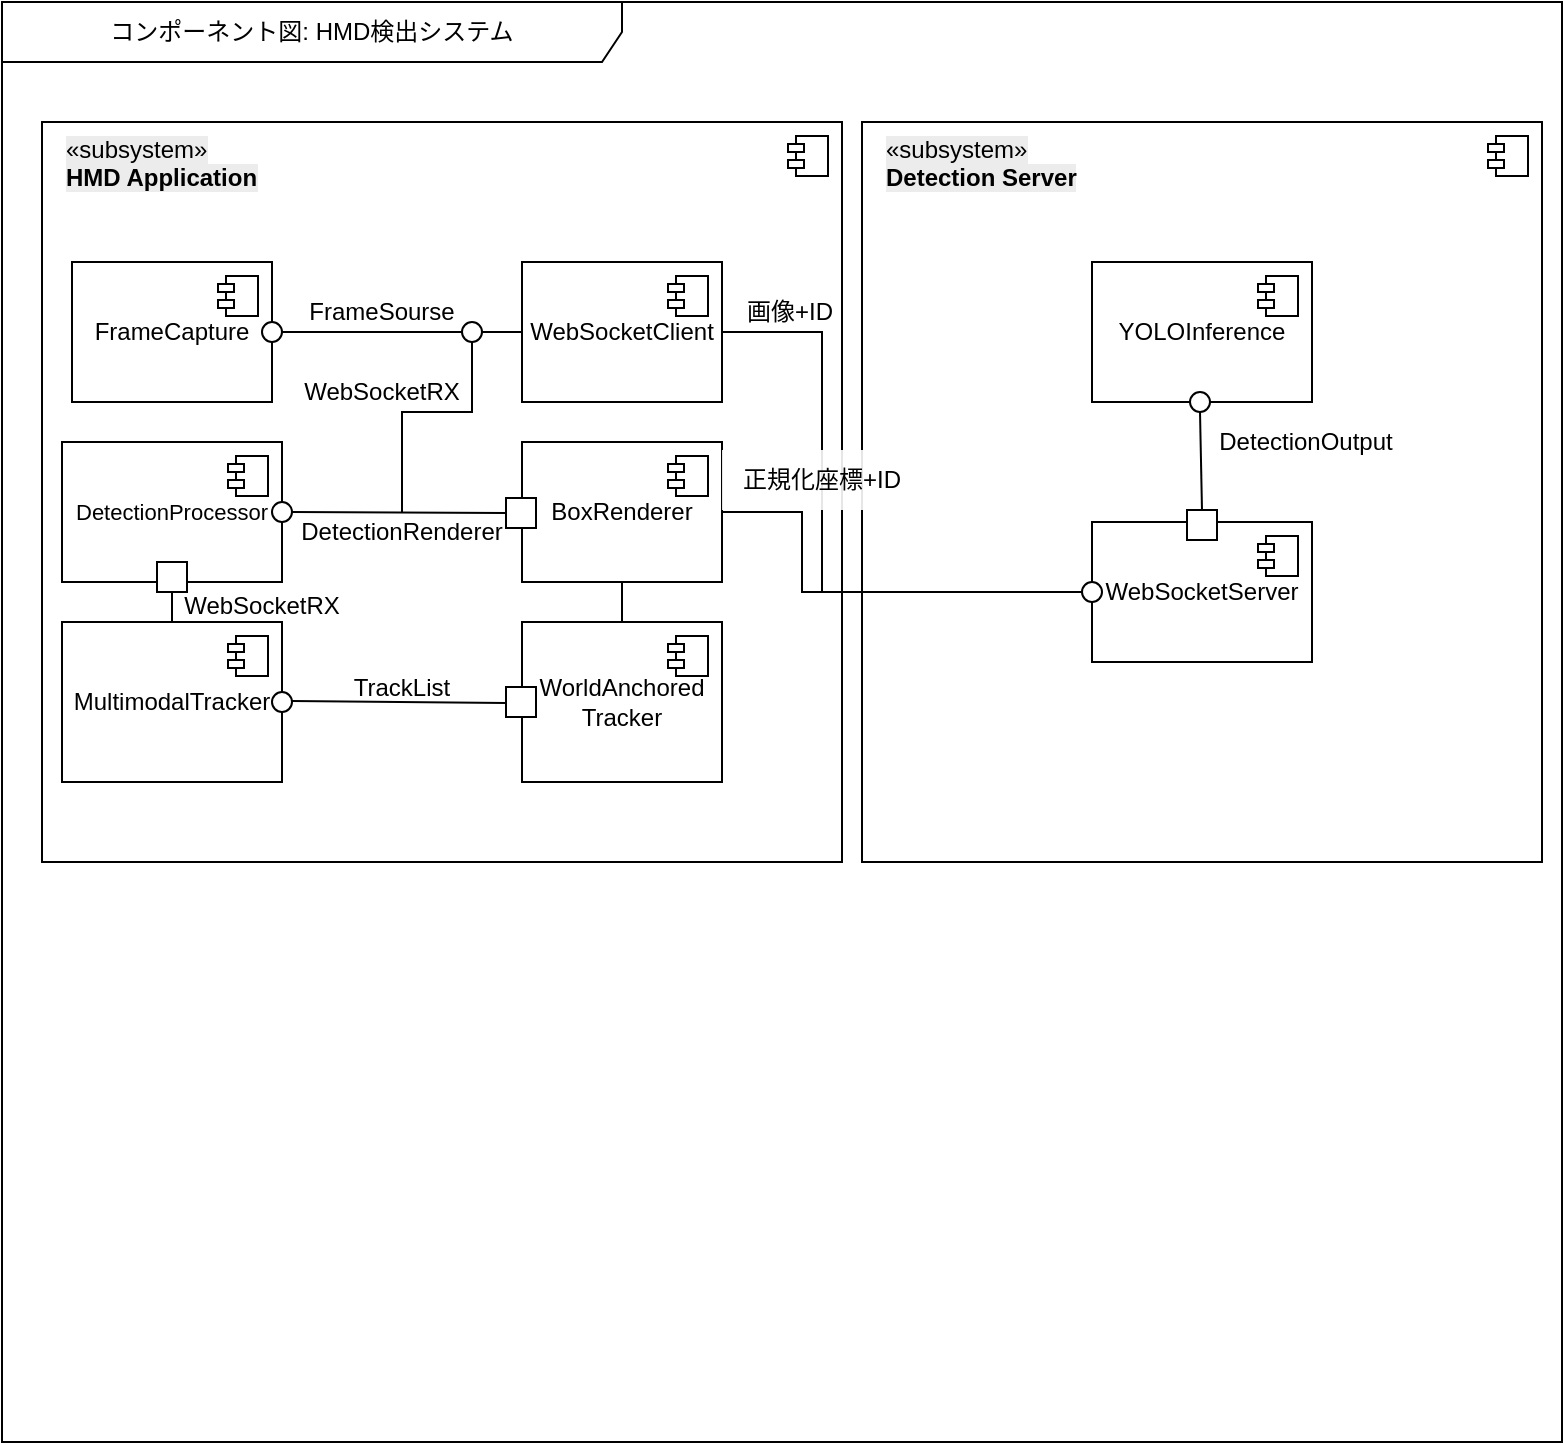
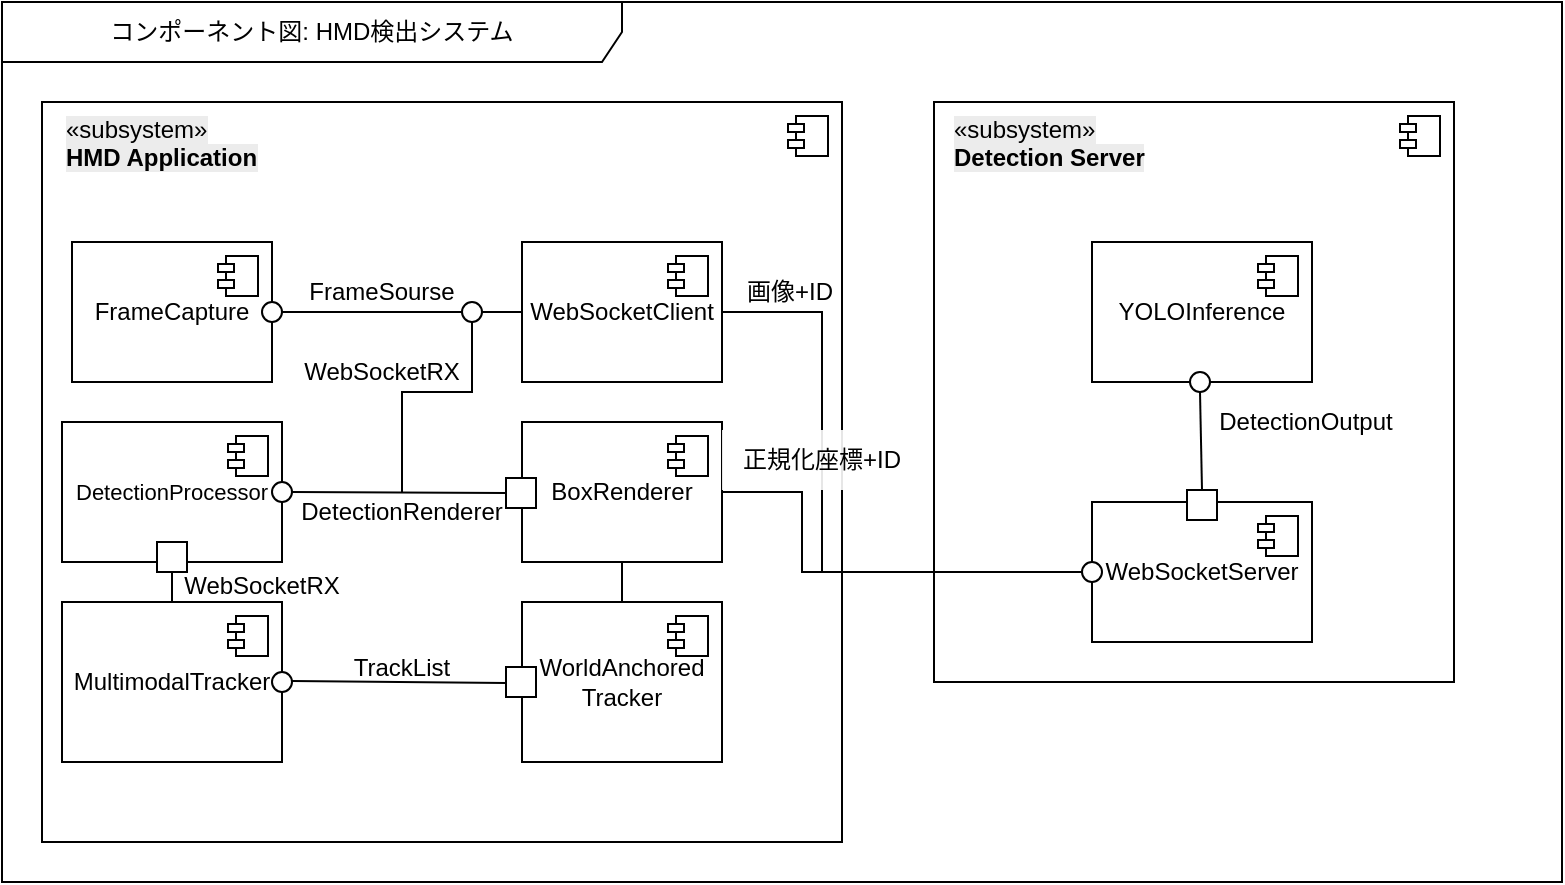
<mxfile host="app.diagrams.net">
  <diagram name="ページ-1" id="DtH6AvwE5zcW3kwFTXOg">
-     <mxGraphModel dx="937" dy="520" grid="1" gridSize="10" guides="1" tooltips="1" connect="1" arrows="1" fold="1" page="1" pageScale="1" pageWidth="827" pageHeight="1169" math="0" shadow="0">
+     <mxGraphModel dx="1406" dy="780" grid="1" gridSize="10" guides="1" tooltips="1" connect="1" arrows="1" fold="1" page="1" pageScale="1" pageWidth="827" pageHeight="1169" math="0" shadow="0">
      <root>
        <mxCell id="0" />
        <mxCell id="1" parent="0" />
        <mxCell id="3QeEdlnvxezNMO2gkXxy-1" parent="1" style="shape=umlFrame;whiteSpace=wrap;html=1;pointerEvents=0;width=310;height=30;" value="コンポーネント図: HMD検出システム" vertex="1">
-           <mxGeometry height="720" width="780" x="20" y="20" as="geometry" />
+           <mxGeometry height="440" width="780" x="24" y="10" as="geometry" />
        </mxCell>
        <mxCell id="3QeEdlnvxezNMO2gkXxy-2" parent="1" style="html=1;dropTarget=0;whiteSpace=wrap;align=left;" value="" vertex="1">
-           <mxGeometry height="370" width="400" x="40" y="80" as="geometry" />
+           <mxGeometry height="370" width="400" x="44" y="60" as="geometry" />
        </mxCell>
        <mxCell id="3QeEdlnvxezNMO2gkXxy-3" parent="3QeEdlnvxezNMO2gkXxy-2" style="shape=module;jettyWidth=8;jettyHeight=4;" value="" vertex="1">
          <mxGeometry height="20" relative="1" width="20" x="1" as="geometry">
            <mxPoint x="-27" y="7" as="offset" />
          </mxGeometry>
        </mxCell>
        <mxCell id="3QeEdlnvxezNMO2gkXxy-4" parent="1" style="text;whiteSpace=wrap;html=1;" value="&lt;span&gt;&lt;span style=&quot;color: rgb(0, 0, 0); font-family: Helvetica; font-size: 12px; font-style: normal; font-variant-ligatures: normal; font-variant-caps: normal; font-weight: 400; letter-spacing: normal; orphans: 2; text-align: left; text-indent: 0px; text-transform: none; widows: 2; word-spacing: 0px; -webkit-text-stroke-width: 0px; white-space: normal; text-decoration-thickness: initial; text-decoration-style: initial; text-decoration-color: initial; float: none; display: inline !important; background-color: rgb(236, 236, 236);&quot;&gt;«subsystem»&lt;/span&gt;&lt;br style=&quot;forced-color-adjust: none; color: rgb(0, 0, 0); font-family: Helvetica; font-size: 12px; font-style: normal; font-variant-ligatures: normal; font-variant-caps: normal; font-weight: 400; letter-spacing: normal; orphans: 2; text-align: left; text-indent: 0px; text-transform: none; widows: 2; word-spacing: 0px; -webkit-text-stroke-width: 0px; white-space: normal; text-decoration-thickness: initial; text-decoration-style: initial; text-decoration-color: initial; background-color: rgb(236, 236, 236);&quot;&gt;&lt;b style=&quot;forced-color-adjust: none; color: rgb(0, 0, 0); font-family: Helvetica; font-size: 12px; font-style: normal; font-variant-ligatures: normal; font-variant-caps: normal; letter-spacing: normal; orphans: 2; text-align: left; text-indent: 0px; text-transform: none; widows: 2; word-spacing: 0px; -webkit-text-stroke-width: 0px; white-space: normal; text-decoration-thickness: initial; text-decoration-style: initial; text-decoration-color: initial; background-color: rgb(236, 236, 236);&quot;&gt;HMD Application&lt;/b&gt;&lt;/span&gt;" vertex="1">
-           <mxGeometry height="50" width="130" x="50" y="80" as="geometry" />
+           <mxGeometry height="50" width="130" x="54" y="60" as="geometry" />
        </mxCell>
        <mxCell id="3QeEdlnvxezNMO2gkXxy-5" parent="1" style="html=1;dropTarget=0;whiteSpace=wrap;" value="FrameCapture" vertex="1">
-           <mxGeometry height="70" width="100" x="55" y="150" as="geometry" />
+           <mxGeometry height="70" width="100" x="59" y="130" as="geometry" />
        </mxCell>
        <mxCell id="3QeEdlnvxezNMO2gkXxy-6" parent="3QeEdlnvxezNMO2gkXxy-5" style="shape=module;jettyWidth=8;jettyHeight=4;" value="" vertex="1">
          <mxGeometry height="20" relative="1" width="20" x="1" as="geometry">
            <mxPoint x="-27" y="7" as="offset" />
          </mxGeometry>
        </mxCell>
        <mxCell id="3QeEdlnvxezNMO2gkXxy-7" parent="1" style="html=1;dropTarget=0;whiteSpace=wrap;" value="WebSocketClient&lt;span style=&quot;color: rgba(0, 0, 0, 0); font-family: monospace; font-size: 0px; text-align: start; text-wrap-mode: nowrap;&quot;&gt;%3CmxGraphModel%3E%3Croot%3E%3CmxCell%20id%3D%220%22%2F%3E%3CmxCell%20id%3D%221%22%20parent%3D%220%22%2F%3E%3CmxCell%20id%3D%222%22%20parent%3D%221%22%20style%3D%22html%3D1%3BdropTarget%3D0%3BwhiteSpace%3Dwrap%3B%22%20value%3D%22FrameCapture%22%20vertex%3D%221%22%3E%3CmxGeometry%20height%3D%2270%22%20width%3D%22100%22%20x%3D%2250%22%20y%3D%22150%22%20as%3D%22geometry%22%2F%3E%3C%2FmxCell%3E%3CmxCell%20id%3D%223%22%20parent%3D%222%22%20style%3D%22shape%3Dmodule%3BjettyWidth%3D8%3BjettyHeight%3D4%3B%22%20value%3D%22%22%20vertex%3D%221%22%3E%3CmxGeometry%20height%3D%2220%22%20relative%3D%221%22%20width%3D%2220%22%20x%3D%221%22%20as%3D%22geometry%22%3E%3CmxPoint%20x%3D%22-27%22%20y%3D%227%22%20as%3D%22offset%22%2F%3E%3C%2FmxGeometry%3E%3C%2FmxCell%3E%3C%2Froot%3E%3C%2FmxGraphModel%3E&lt;/span&gt;&lt;span style=&quot;color: rgba(0, 0, 0, 0); font-family: monospace; font-size: 0px; text-align: start; text-wrap-mode: nowrap;&quot;&gt;%3CmxGraphModel%3E%3Croot%3E%3CmxCell%20id%3D%220%22%2F%3E%3CmxCell%20id%3D%221%22%20parent%3D%220%22%2F%3E%3CmxCell%20id%3D%222%22%20parent%3D%221%22%20style%3D%22html%3D1%3BdropTarget%3D0%3BwhiteSpace%3Dwrap%3B%22%20value%3D%22FrameCapture%22%20vertex%3D%221%22%3E%3CmxGeometry%20height%3D%2270%22%20width%3D%22100%22%20x%3D%2250%22%20y%3D%22150%22%20as%3D%22geometry%22%2F%3E%3C%2FmxCell%3E%3CmxCell%20id%3D%223%22%20parent%3D%222%22%20style%3D%22shape%3Dmodule%3BjettyWidth%3D8%3BjettyHeight%3D4%3B%22%20value%3D%22%22%20vertex%3D%221%22%3E%3CmxGeometry%20height%3D%2220%22%20relative%3D%221%22%20width%3D%2220%22%20x%3D%221%22%20as%3D%22geometry%22%3E%3CmxPoint%20x%3D%22-27%22%20y%3D%227%22%20as%3D%22offset%22%2F%3E%3C%2FmxGeometry%3E%3C%2FmxCell%3E%3C%2Froot%3E%3C%2FmxGraphModel%3E&lt;/span&gt;" vertex="1">
-           <mxGeometry height="70" width="100" x="280" y="150" as="geometry" />
+           <mxGeometry height="70" width="100" x="284" y="130" as="geometry" />
        </mxCell>
        <mxCell id="3QeEdlnvxezNMO2gkXxy-8" parent="3QeEdlnvxezNMO2gkXxy-7" style="shape=module;jettyWidth=8;jettyHeight=4;" value="" vertex="1">
          <mxGeometry height="20" relative="1" width="20" x="1" as="geometry">
            <mxPoint x="-27" y="7" as="offset" />
          </mxGeometry>
        </mxCell>
        <mxCell id="3QeEdlnvxezNMO2gkXxy-9" parent="1" style="html=1;dropTarget=0;whiteSpace=wrap;" value="&lt;font style=&quot;font-size: 11px;&quot;&gt;DetectionProcessor&lt;/font&gt;" vertex="1">
-           <mxGeometry height="70" width="110" x="50" y="240" as="geometry" />
+           <mxGeometry height="70" width="110" x="54" y="220" as="geometry" />
        </mxCell>
        <mxCell id="3QeEdlnvxezNMO2gkXxy-10" parent="3QeEdlnvxezNMO2gkXxy-9" style="shape=module;jettyWidth=8;jettyHeight=4;" value="" vertex="1">
          <mxGeometry height="20" relative="1" width="20" x="1" as="geometry">
            <mxPoint x="-27" y="7" as="offset" />
          </mxGeometry>
        </mxCell>
        <mxCell id="3QeEdlnvxezNMO2gkXxy-11" parent="1" style="html=1;dropTarget=0;whiteSpace=wrap;" value="BoxRenderer" vertex="1">
-           <mxGeometry height="70" width="100" x="280" y="240" as="geometry" />
+           <mxGeometry height="70" width="100" x="284" y="220" as="geometry" />
        </mxCell>
        <mxCell id="3QeEdlnvxezNMO2gkXxy-12" parent="3QeEdlnvxezNMO2gkXxy-11" style="shape=module;jettyWidth=8;jettyHeight=4;" value="" vertex="1">
          <mxGeometry height="20" relative="1" width="20" x="1" as="geometry">
            <mxPoint x="-27" y="7" as="offset" />
          </mxGeometry>
        </mxCell>
        <mxCell id="3QeEdlnvxezNMO2gkXxy-13" parent="1" style="html=1;dropTarget=0;whiteSpace=wrap;" value="MultimodalTracker" vertex="1">
-           <mxGeometry height="80" width="110" x="50" y="330" as="geometry" />
+           <mxGeometry height="80" width="110" x="54" y="310" as="geometry" />
        </mxCell>
        <mxCell id="3QeEdlnvxezNMO2gkXxy-14" parent="3QeEdlnvxezNMO2gkXxy-13" style="shape=module;jettyWidth=8;jettyHeight=4;" value="" vertex="1">
          <mxGeometry height="20" relative="1" width="20" x="1" as="geometry">
            <mxPoint x="-27" y="7" as="offset" />
          </mxGeometry>
        </mxCell>
        <mxCell id="3QeEdlnvxezNMO2gkXxy-15" parent="1" style="html=1;dropTarget=0;whiteSpace=wrap;" value="WorldAnchored&lt;div&gt;Tracker&lt;/div&gt;" vertex="1">
-           <mxGeometry height="80" width="100" x="280" y="330" as="geometry" />
+           <mxGeometry height="80" width="100" x="284" y="310" as="geometry" />
        </mxCell>
        <mxCell id="3QeEdlnvxezNMO2gkXxy-16" parent="3QeEdlnvxezNMO2gkXxy-15" style="shape=module;jettyWidth=8;jettyHeight=4;" value="" vertex="1">
          <mxGeometry height="20" relative="1" width="20" x="1" as="geometry">
            <mxPoint x="-27" y="7" as="offset" />
          </mxGeometry>
        </mxCell>
        <mxCell id="3QeEdlnvxezNMO2gkXxy-18" parent="1" style="ellipse;whiteSpace=wrap;html=1;aspect=fixed;" value="" vertex="1">
-           <mxGeometry height="10" width="10" x="150" y="180" as="geometry" />
+           <mxGeometry height="10" width="10" x="154" y="160" as="geometry" />
        </mxCell>
        <mxCell id="3QeEdlnvxezNMO2gkXxy-19" edge="1" parent="1" source="3QeEdlnvxezNMO2gkXxy-18" style="endArrow=none;html=1;rounded=0;exitX=1;exitY=0.5;exitDx=0;exitDy=0;entryX=0;entryY=0.5;entryDx=0;entryDy=0;" target="3QeEdlnvxezNMO2gkXxy-7" value="">
          <mxGeometry height="50" relative="1" width="50" as="geometry">
-             <mxPoint x="210" y="200.90909090909088" as="sourcePoint" />
-             <mxPoint x="210" y="219.09090909090912" as="targetPoint" />
+             <mxPoint x="214" y="180.90909090909088" as="sourcePoint" />
+             <mxPoint x="214" y="199.09090909090912" as="targetPoint" />
          </mxGeometry>
        </mxCell>
        <mxCell id="3QeEdlnvxezNMO2gkXxy-20" parent="1" style="ellipse;whiteSpace=wrap;html=1;aspect=fixed;" value="" vertex="1">
-           <mxGeometry height="10" width="10" x="155" y="270" as="geometry" />
+           <mxGeometry height="10" width="10" x="159" y="250" as="geometry" />
        </mxCell>
        <mxCell id="3QeEdlnvxezNMO2gkXxy-21" parent="1" style="whiteSpace=wrap;html=1;aspect=fixed;" value="" vertex="1">
-           <mxGeometry height="15" width="15" x="272" y="268" as="geometry" />
+           <mxGeometry height="15" width="15" x="276" y="248" as="geometry" />
        </mxCell>
        <mxCell id="3QeEdlnvxezNMO2gkXxy-22" edge="1" parent="1" source="3QeEdlnvxezNMO2gkXxy-21" style="endArrow=none;html=1;rounded=0;entryX=1;entryY=0.5;entryDx=0;entryDy=0;exitX=0;exitY=0.5;exitDx=0;exitDy=0;" target="3QeEdlnvxezNMO2gkXxy-20" value="">
          <mxGeometry height="50" relative="1" width="50" as="geometry">
            <Array as="points" />
-             <mxPoint x="310" y="330" as="sourcePoint" />
-             <mxPoint x="360" y="280" as="targetPoint" />
+             <mxPoint x="314" y="310" as="sourcePoint" />
+             <mxPoint x="364" y="260" as="targetPoint" />
          </mxGeometry>
        </mxCell>
        <mxCell id="3QeEdlnvxezNMO2gkXxy-23" edge="1" parent="1" style="endArrow=none;html=1;rounded=0;entryX=0.5;entryY=1;entryDx=0;entryDy=0;" value="">
          <mxGeometry height="50" relative="1" width="50" as="geometry">
            <Array as="points">
-               <mxPoint x="220" y="255" />
-               <mxPoint x="220" y="225" />
-               <mxPoint x="255" y="225" />
+               <mxPoint x="224" y="235" />
+               <mxPoint x="224" y="205" />
+               <mxPoint x="259" y="205" />
            </Array>
-             <mxPoint x="220" y="275" as="sourcePoint" />
-             <mxPoint x="255" y="185" as="targetPoint" />
+             <mxPoint x="224" y="255" as="sourcePoint" />
+             <mxPoint x="259" y="165" as="targetPoint" />
          </mxGeometry>
        </mxCell>
        <mxCell id="3QeEdlnvxezNMO2gkXxy-17" parent="1" style="ellipse;whiteSpace=wrap;html=1;aspect=fixed;" value="" vertex="1">
-           <mxGeometry height="10" width="10" x="250" y="180" as="geometry" />
+           <mxGeometry height="10" width="10" x="254" y="160" as="geometry" />
        </mxCell>
        <mxCell id="3QeEdlnvxezNMO2gkXxy-24" parent="1" style="whiteSpace=wrap;html=1;aspect=fixed;" value="" vertex="1">
-           <mxGeometry height="15" width="15" x="97.5" y="300" as="geometry" />
+           <mxGeometry height="15" width="15" x="101.5" y="280" as="geometry" />
        </mxCell>
        <mxCell id="3QeEdlnvxezNMO2gkXxy-25" parent="1" style="whiteSpace=wrap;html=1;aspect=fixed;" value="" vertex="1">
-           <mxGeometry height="15" width="15" x="272" y="362.5" as="geometry" />
+           <mxGeometry height="15" width="15" x="276" y="342.5" as="geometry" />
        </mxCell>
        <mxCell id="3QeEdlnvxezNMO2gkXxy-26" parent="1" style="ellipse;whiteSpace=wrap;html=1;aspect=fixed;" value="" vertex="1">
-           <mxGeometry height="10" width="10" x="155" y="365" as="geometry" />
+           <mxGeometry height="10" width="10" x="159" y="345" as="geometry" />
        </mxCell>
        <mxCell id="3QeEdlnvxezNMO2gkXxy-27" edge="1" parent="1" style="endArrow=none;html=1;rounded=0;entryX=1;entryY=0.5;entryDx=0;entryDy=0;exitX=0;exitY=0.5;exitDx=0;exitDy=0;" value="">
          <mxGeometry height="50" relative="1" width="50" as="geometry">
            <Array as="points" />
-             <mxPoint x="272" y="370.5" as="sourcePoint" />
-             <mxPoint x="165" y="369.5" as="targetPoint" />
+             <mxPoint x="276" y="350.5" as="sourcePoint" />
+             <mxPoint x="169" y="349.5" as="targetPoint" />
          </mxGeometry>
        </mxCell>
        <mxCell id="3QeEdlnvxezNMO2gkXxy-28" edge="1" parent="1" source="3QeEdlnvxezNMO2gkXxy-13" style="endArrow=none;html=1;rounded=0;entryX=0.5;entryY=1;entryDx=0;entryDy=0;exitX=0.5;exitY=0;exitDx=0;exitDy=0;" target="3QeEdlnvxezNMO2gkXxy-24" value="">
          <mxGeometry height="50" relative="1" width="50" as="geometry">
            <Array as="points" />
-             <mxPoint x="277" y="331" as="sourcePoint" />
-             <mxPoint x="170" y="330" as="targetPoint" />
+             <mxPoint x="281" y="311" as="sourcePoint" />
+             <mxPoint x="174" y="310" as="targetPoint" />
          </mxGeometry>
        </mxCell>
        <mxCell id="3QeEdlnvxezNMO2gkXxy-29" edge="1" parent="1" source="3QeEdlnvxezNMO2gkXxy-15" style="endArrow=none;html=1;rounded=0;entryX=0.5;entryY=1;entryDx=0;entryDy=0;exitX=0.5;exitY=0;exitDx=0;exitDy=0;" target="3QeEdlnvxezNMO2gkXxy-11" value="">
          <mxGeometry height="50" relative="1" width="50" as="geometry">
            <Array as="points" />
-             <mxPoint x="317" y="321" as="sourcePoint" />
-             <mxPoint x="210" y="320" as="targetPoint" />
+             <mxPoint x="321" y="301" as="sourcePoint" />
+             <mxPoint x="214" y="300" as="targetPoint" />
          </mxGeometry>
        </mxCell>
        <mxCell id="3QeEdlnvxezNMO2gkXxy-30" parent="1" style="text;html=1;whiteSpace=wrap;strokeColor=none;fillColor=none;align=center;verticalAlign=middle;rounded=0;" value="FrameSourse" vertex="1">
-           <mxGeometry height="30" width="60" x="180" y="160" as="geometry" />
+           <mxGeometry height="30" width="60" x="184" y="140" as="geometry" />
        </mxCell>
        <mxCell id="3QeEdlnvxezNMO2gkXxy-31" parent="1" style="text;html=1;whiteSpace=wrap;strokeColor=none;fillColor=none;align=center;verticalAlign=middle;rounded=0;" value="WebSocketRX" vertex="1">
-           <mxGeometry height="30" width="60" x="180" y="200" as="geometry" />
+           <mxGeometry height="30" width="60" x="184" y="180" as="geometry" />
        </mxCell>
        <mxCell id="3QeEdlnvxezNMO2gkXxy-34" parent="1" style="text;html=1;whiteSpace=wrap;strokeColor=none;fillColor=none;align=center;verticalAlign=middle;rounded=0;" value="DetectionRenderer" vertex="1">
-           <mxGeometry height="30" width="60" x="190" y="270" as="geometry" />
+           <mxGeometry height="30" width="60" x="194" y="250" as="geometry" />
        </mxCell>
        <mxCell id="3QeEdlnvxezNMO2gkXxy-35" parent="1" style="text;html=1;whiteSpace=wrap;strokeColor=none;fillColor=none;align=center;verticalAlign=middle;rounded=0;" value="WebSocketRX" vertex="1">
-           <mxGeometry height="30" width="60" x="120" y="307" as="geometry" />
+           <mxGeometry height="30" width="60" x="124" y="287" as="geometry" />
        </mxCell>
        <mxCell id="3QeEdlnvxezNMO2gkXxy-36" parent="1" style="text;html=1;whiteSpace=wrap;strokeColor=none;fillColor=none;align=center;verticalAlign=middle;rounded=0;" value="TrackList" vertex="1">
-           <mxGeometry height="30" width="60" x="190" y="347.5" as="geometry" />
+           <mxGeometry height="30" width="60" x="194" y="327.5" as="geometry" />
        </mxCell>
        <mxCell id="3QeEdlnvxezNMO2gkXxy-37" parent="1" style="html=1;dropTarget=0;whiteSpace=wrap;align=left;" value="&lt;mxGraphModel&gt;&lt;root&gt;&lt;mxCell id=&quot;0&quot;/&gt;&lt;mxCell id=&quot;1&quot; parent=&quot;0&quot;/&gt;&lt;mxCell id=&quot;2&quot; parent=&quot;1&quot; style=&quot;html=1;dropTarget=0;whiteSpace=wrap;&quot; value=&quot;WebSocketClient&amp;lt;span style=&amp;quot;color: rgba(0, 0, 0, 0); font-family: monospace; font-size: 0px; text-align: start; text-wrap-mode: nowrap;&amp;quot;&amp;gt;%3CmxGraphModel%3E%3Croot%3E%3CmxCell%20id%3D%220%22%2F%3E%3CmxCell%20id%3D%221%22%20parent%3D%220%22%2F%3E%3CmxCell%20id%3D%222%22%20parent%3D%221%22%20style%3D%22html%3D1%3BdropTarget%3D0%3BwhiteSpace%3Dwrap%3B%22%20value%3D%22FrameCapture%22%20vertex%3D%221%22%3E%3CmxGeometry%20height%3D%2270%22%20width%3D%22100%22%20x%3D%2250%22%20y%3D%22150%22%20as%3D%22geometry%22%2F%3E%3C%2FmxCell%3E%3CmxCell%20id%3D%223%22%20parent%3D%222%22%20style%3D%22shape%3Dmodule%3BjettyWidth%3D8%3BjettyHeight%3D4%3B%22%20value%3D%22%22%20vertex%3D%221%22%3E%3CmxGeometry%20height%3D%2220%22%20relative%3D%221%22%20width%3D%2220%22%20x%3D%221%22%20as%3D%22geometry%22%3E%3CmxPoint%20x%3D%22-27%22%20y%3D%227%22%20as%3D%22offset%22%2F%3E%3C%2FmxGeometry%3E%3C%2FmxCell%3E%3C%2Froot%3E%3C%2FmxGraphModel%3E&amp;lt;/span&amp;gt;&amp;lt;span style=&amp;quot;color: rgba(0, 0, 0, 0); font-family: monospace; font-size: 0px; text-align: start; text-wrap-mode: nowrap;&amp;quot;&amp;gt;%3CmxGraphModel%3E%3Croot%3E%3CmxCell%20id%3D%220%22%2F%3E%3CmxCell%20id%3D%221%22%20parent%3D%220%22%2F%3E%3CmxCell%20id%3D%222%22%20parent%3D%221%22%20style%3D%22html%3D1%3BdropTarget%3D0%3BwhiteSpace%3Dwrap%3B%22%20value%3D%22FrameCapture%22%20vertex%3D%221%22%3E%3CmxGeometry%20height%3D%2270%22%20width%3D%22100%22%20x%3D%2250%22%20y%3D%22150%22%20as%3D%22geometry%22%2F%3E%3C%2FmxCell%3E%3CmxCell%20id%3D%223%22%20parent%3D%222%22%20style%3D%22shape%3Dmodule%3BjettyWidth%3D8%3BjettyHeight%3D4%3B%22%20value%3D%22%22%20vertex%3D%221%22%3E%3CmxGeometry%20height%3D%2220%22%20relative%3D%221%22%20width%3D%2220%22%20x%3D%221%22%20as%3D%22geometry%22%3E%3CmxPoint%20x%3D%22-27%22%20y%3D%227%22%20as%3D%22offset%22%2F%3E%3C%2FmxGeometry%3E%3C%2FmxCell%3E%3C%2Froot%3E%3C%2FmxGraphModel%3E" vertex="1">
-           <mxGeometry height="370" width="340" x="450" y="80" as="geometry" />
+           <mxGeometry height="290" width="260" x="490" y="60" as="geometry" />
        </mxCell>
        <mxCell id="3QeEdlnvxezNMO2gkXxy-38" parent="3QeEdlnvxezNMO2gkXxy-37" style="shape=module;jettyWidth=8;jettyHeight=4;" value="" vertex="1">
          <mxGeometry height="20" relative="1" width="20" x="1" as="geometry">
            <mxPoint x="-27" y="7" as="offset" />
          </mxGeometry>
        </mxCell>
        <mxCell id="3QeEdlnvxezNMO2gkXxy-39" parent="1" style="text;whiteSpace=wrap;html=1;" value="&lt;span&gt;&lt;span style=&quot;color: rgb(0, 0, 0); font-family: Helvetica; font-size: 12px; font-style: normal; font-variant-ligatures: normal; font-variant-caps: normal; font-weight: 400; letter-spacing: normal; orphans: 2; text-align: left; text-indent: 0px; text-transform: none; widows: 2; word-spacing: 0px; -webkit-text-stroke-width: 0px; white-space: normal; text-decoration-thickness: initial; text-decoration-style: initial; text-decoration-color: initial; float: none; background-color: rgb(236, 236, 236); display: inline !important;&quot;&gt;«subsystem»&lt;/span&gt;&lt;br style=&quot;forced-color-adjust: none; color: rgb(0, 0, 0); font-family: Helvetica; font-size: 12px; font-style: normal; font-variant-ligatures: normal; font-variant-caps: normal; font-weight: 400; letter-spacing: normal; orphans: 2; text-align: left; text-indent: 0px; text-transform: none; widows: 2; word-spacing: 0px; -webkit-text-stroke-width: 0px; white-space: normal; text-decoration-thickness: initial; text-decoration-style: initial; text-decoration-color: initial; background-color: rgb(236, 236, 236);&quot;&gt;&lt;b style=&quot;forced-color-adjust: none; color: rgb(0, 0, 0); font-family: Helvetica; font-size: 12px; font-style: normal; font-variant-ligatures: normal; font-variant-caps: normal; letter-spacing: normal; orphans: 2; text-align: left; text-indent: 0px; text-transform: none; widows: 2; word-spacing: 0px; -webkit-text-stroke-width: 0px; white-space: normal; text-decoration-thickness: initial; text-decoration-style: initial; text-decoration-color: initial; background-color: rgb(236, 236, 236);&quot;&gt;Detection Server&lt;/b&gt;&lt;/span&gt;" vertex="1">
-           <mxGeometry height="50" width="130" x="460" y="80" as="geometry" />
+           <mxGeometry height="50" width="130" x="498" y="60" as="geometry" />
        </mxCell>
        <mxCell id="3QeEdlnvxezNMO2gkXxy-41" parent="1" style="html=1;dropTarget=0;whiteSpace=wrap;" value="YOLOInference" vertex="1">
-           <mxGeometry height="70" width="110" x="565" y="150" as="geometry" />
+           <mxGeometry height="70" width="110" x="569" y="130" as="geometry" />
        </mxCell>
        <mxCell id="3QeEdlnvxezNMO2gkXxy-42" parent="3QeEdlnvxezNMO2gkXxy-41" style="shape=module;jettyWidth=8;jettyHeight=4;" value="" vertex="1">
          <mxGeometry height="20" relative="1" width="20" x="1" as="geometry">
            <mxPoint x="-27" y="7" as="offset" />
          </mxGeometry>
        </mxCell>
        <mxCell id="3QeEdlnvxezNMO2gkXxy-43" parent="1" style="html=1;dropTarget=0;whiteSpace=wrap;" value="WebSocketServer" vertex="1">
-           <mxGeometry height="70" width="110" x="565" y="280" as="geometry" />
+           <mxGeometry height="70" width="110" x="569" y="260" as="geometry" />
        </mxCell>
        <mxCell id="3QeEdlnvxezNMO2gkXxy-44" parent="3QeEdlnvxezNMO2gkXxy-43" style="shape=module;jettyWidth=8;jettyHeight=4;" value="" vertex="1">
          <mxGeometry height="20" relative="1" width="20" x="1" as="geometry">
            <mxPoint x="-27" y="7" as="offset" />
          </mxGeometry>
        </mxCell>
        <mxCell id="3QeEdlnvxezNMO2gkXxy-45" parent="1" style="ellipse;whiteSpace=wrap;html=1;aspect=fixed;" value="" vertex="1">
-           <mxGeometry height="10" width="10" x="614" y="215" as="geometry" />
+           <mxGeometry height="10" width="10" x="618" y="195" as="geometry" />
        </mxCell>
        <mxCell id="3QeEdlnvxezNMO2gkXxy-46" parent="1" style="ellipse;whiteSpace=wrap;html=1;aspect=fixed;" value="" vertex="1">
-           <mxGeometry height="10" width="10" x="560" y="310" as="geometry" />
+           <mxGeometry height="10" width="10" x="564" y="290" as="geometry" />
        </mxCell>
        <mxCell id="3QeEdlnvxezNMO2gkXxy-47" parent="1" style="whiteSpace=wrap;html=1;aspect=fixed;" value="" vertex="1">
-           <mxGeometry height="15" width="15" x="612.5" y="274" as="geometry" />
+           <mxGeometry height="15" width="15" x="616.5" y="254" as="geometry" />
        </mxCell>
        <mxCell id="3QeEdlnvxezNMO2gkXxy-48" edge="1" parent="1" source="3QeEdlnvxezNMO2gkXxy-47" style="endArrow=none;html=1;rounded=0;entryX=0.5;entryY=1;entryDx=0;entryDy=0;exitX=0.5;exitY=0;exitDx=0;exitDy=0;" target="3QeEdlnvxezNMO2gkXxy-45" value="">
          <mxGeometry height="50" relative="1" width="50" as="geometry">
-             <mxPoint x="430" y="270" as="sourcePoint" />
-             <mxPoint x="480" y="220" as="targetPoint" />
+             <mxPoint x="434" y="250" as="sourcePoint" />
+             <mxPoint x="484" y="200" as="targetPoint" />
          </mxGeometry>
        </mxCell>
        <mxCell id="3QeEdlnvxezNMO2gkXxy-50" edge="1" parent="1" source="3QeEdlnvxezNMO2gkXxy-46" style="endArrow=none;html=1;rounded=0;entryX=1;entryY=0.5;entryDx=0;entryDy=0;exitX=0;exitY=0.5;exitDx=0;exitDy=0;" target="3QeEdlnvxezNMO2gkXxy-7" value="">
          <mxGeometry height="50" relative="1" width="50" as="geometry">
            <Array as="points">
-               <mxPoint x="430" y="315" />
-               <mxPoint x="430" y="185" />
+               <mxPoint x="434" y="295" />
+               <mxPoint x="434" y="165" />
            </Array>
-             <mxPoint x="430" y="270" as="sourcePoint" />
-             <mxPoint x="480" y="220" as="targetPoint" />
+             <mxPoint x="434" y="250" as="sourcePoint" />
+             <mxPoint x="484" y="200" as="targetPoint" />
          </mxGeometry>
        </mxCell>
        <mxCell id="3QeEdlnvxezNMO2gkXxy-51" edge="1" parent="1" source="3QeEdlnvxezNMO2gkXxy-11" style="endArrow=none;html=1;rounded=0;exitX=1;exitY=0.5;exitDx=0;exitDy=0;entryX=0;entryY=0.5;entryDx=0;entryDy=0;" target="3QeEdlnvxezNMO2gkXxy-46" value="">
          <mxGeometry height="50" relative="1" width="50" as="geometry">
            <Array as="points">
-               <mxPoint x="420" y="275" />
-               <mxPoint x="420" y="315" />
+               <mxPoint x="424" y="255" />
+               <mxPoint x="424" y="295" />
            </Array>
-             <mxPoint x="430" y="270" as="sourcePoint" />
-             <mxPoint x="480" y="220" as="targetPoint" />
+             <mxPoint x="434" y="250" as="sourcePoint" />
+             <mxPoint x="484" y="200" as="targetPoint" />
          </mxGeometry>
        </mxCell>
        <mxCell id="3QeEdlnvxezNMO2gkXxy-52" parent="1" style="text;html=1;whiteSpace=wrap;strokeColor=none;fillColor=none;align=center;verticalAlign=middle;rounded=0;" value="画像+ID" vertex="1">
-           <mxGeometry height="30" width="60" x="384" y="160" as="geometry" />
+           <mxGeometry height="30" width="60" x="388" y="140" as="geometry" />
        </mxCell>
        <mxCell id="3QeEdlnvxezNMO2gkXxy-53" parent="1" style="text;html=1;whiteSpace=wrap;strokeColor=none;fillColor=default;align=center;verticalAlign=middle;rounded=0;opacity=90;" value="正規化座標+ID" vertex="1">
-           <mxGeometry height="30" width="100" x="380" y="244" as="geometry" />
+           <mxGeometry height="30" width="100" x="384" y="224" as="geometry" />
        </mxCell>
        <mxCell id="3QeEdlnvxezNMO2gkXxy-54" parent="1" style="text;html=1;whiteSpace=wrap;strokeColor=none;fillColor=none;align=center;verticalAlign=middle;rounded=0;" value="DetectionOutput" vertex="1">
-           <mxGeometry height="30" width="96" x="624" y="225" as="geometry" />
+           <mxGeometry height="30" width="96" x="628" y="205" as="geometry" />
        </mxCell>
      </root>
    </mxGraphModel>
  </diagram>
</mxfile>
